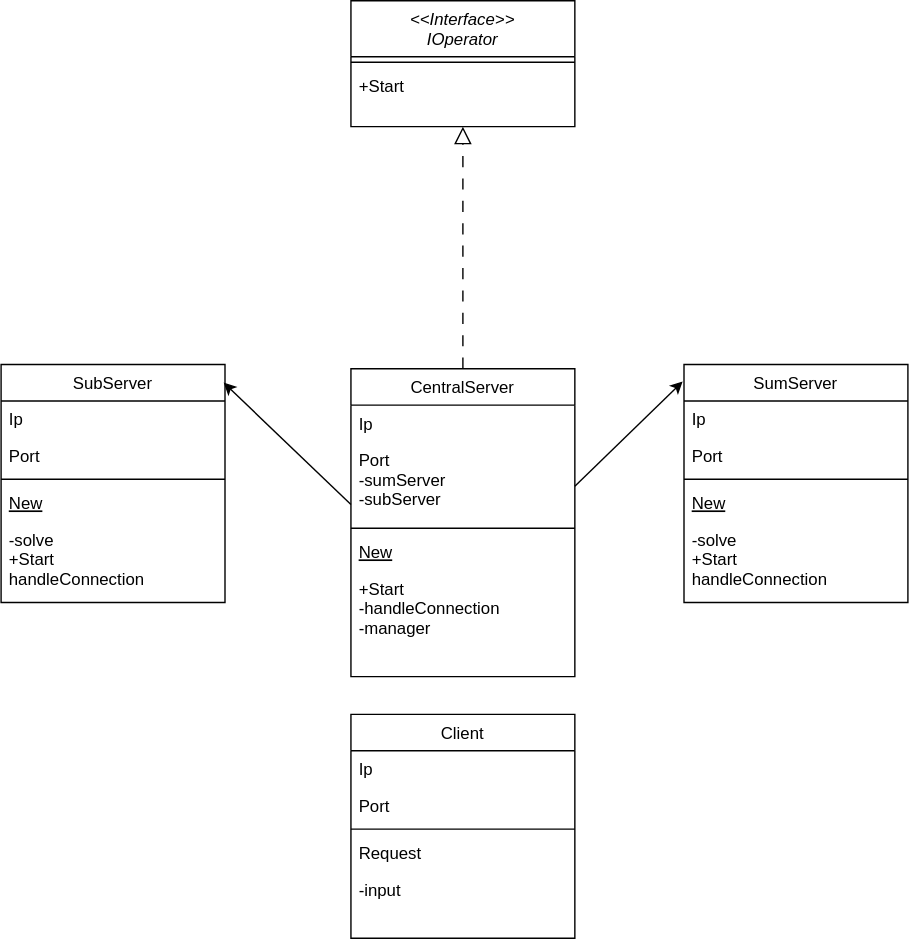
This is Diagrama sem nome.drawio.svg from PyMarcus/calculator_server, a draw.io export, as it was before one commit. Source tidied: cells renumbered, new cells last; positions are measured from the earlier drawing's top-left corner, leaving out a move shared by most shapes.
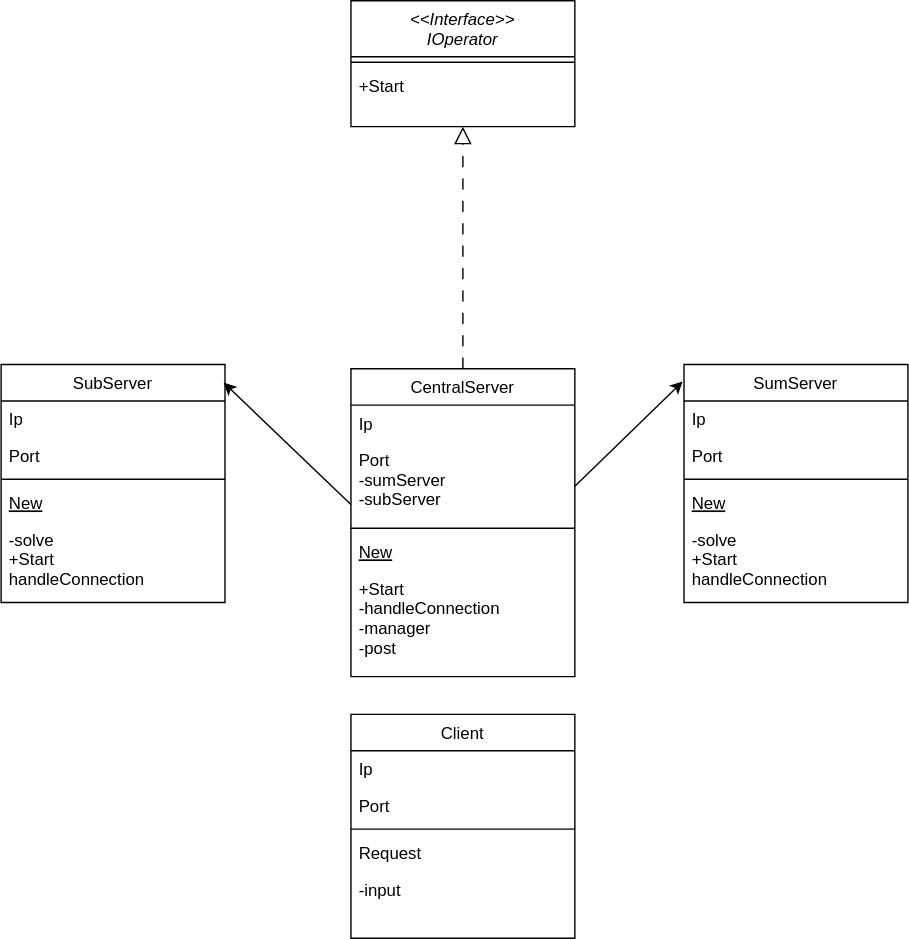
The same diagram one commit later.

Change to the diagram source:
```diff
@@ -29,7 +29,7 @@
     <mxCell id="10" value="+Start&#10;-handleConnection" style="text;align=left;verticalAlign=top;spacingLeft=4;spacingRight=4;overflow=hidden;" parent="5" vertex="1">
       <mxGeometry y="144" width="160" height="28" as="geometry" />
     </mxCell>
-    <mxCell id="11" value="-manager" style="text;align=left;verticalAlign=top;spacingLeft=4;spacingRight=4;overflow=hidden;" parent="5" vertex="1">
+    <mxCell id="11" value="-manager&#10;-post" style="text;align=left;verticalAlign=top;spacingLeft=4;spacingRight=4;overflow=hidden;" parent="5" vertex="1">
       <mxGeometry y="172" width="160" height="48" as="geometry" />
     </mxCell>
     <mxCell id="12" style="endArrow=block;endSize=10;endFill=0;shadow=0;strokeWidth=1;rounded=0;edgeStyle=elbowEdgeStyle;elbow=vertical;dashed=1;dashPattern=8 8;" parent="1" edge="1" source="5" target="2">
```
